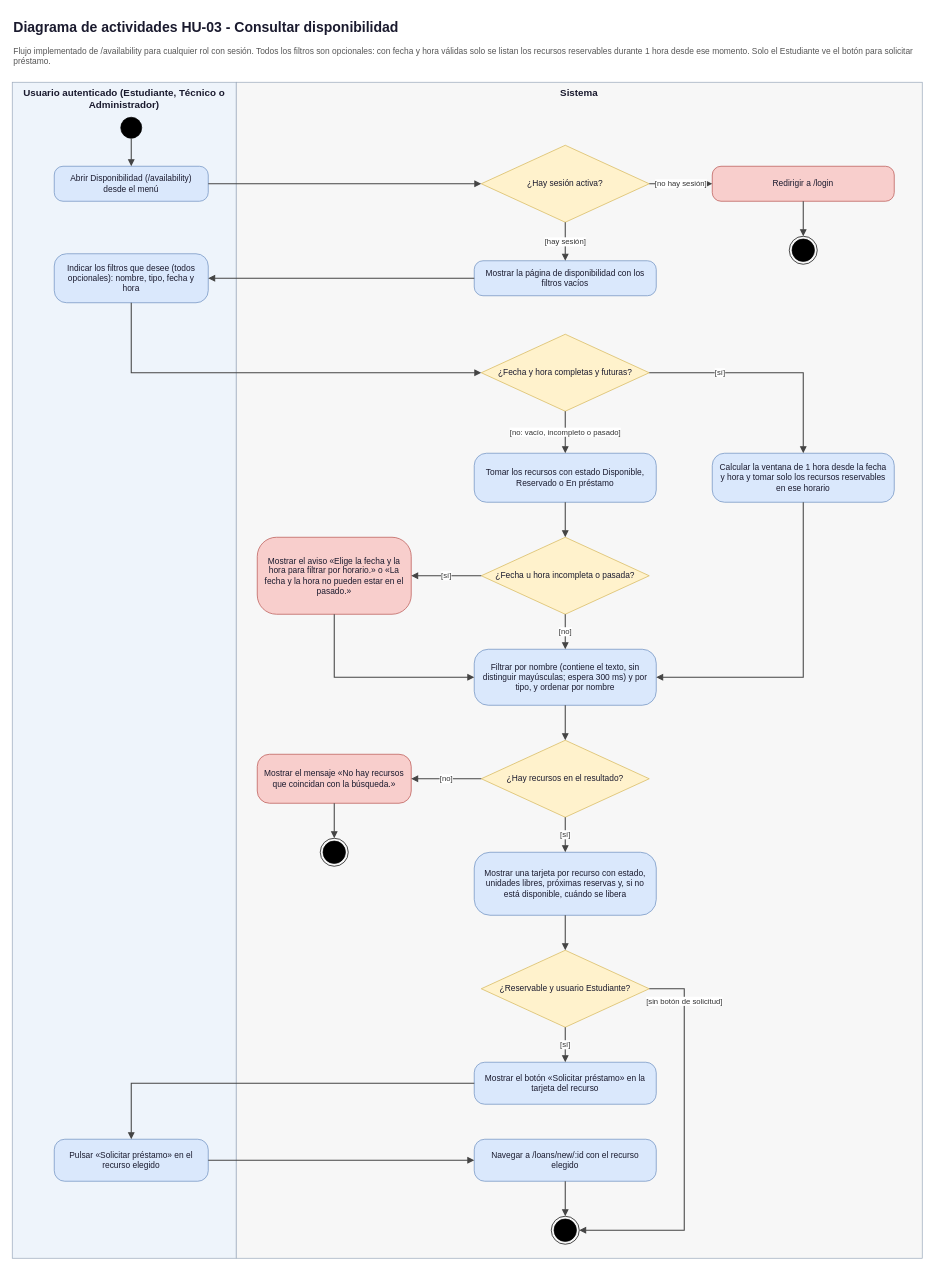
Above: docs/diagramas/actividad-hu-03-consultar-disponibilidad.drawio in aleospiria/Dise-o-de-sistemas-de-informacion-2026-02 (draw.io), before the change. Source tidied: cells renumbered, new cells numbered last; positions are measured from the earlier drawing's top-left corner, leaving out a move shared by most shapes. Both pictures are drawn from the tidied source at 70%, with x=0, y=0 at pixel (12, 12).
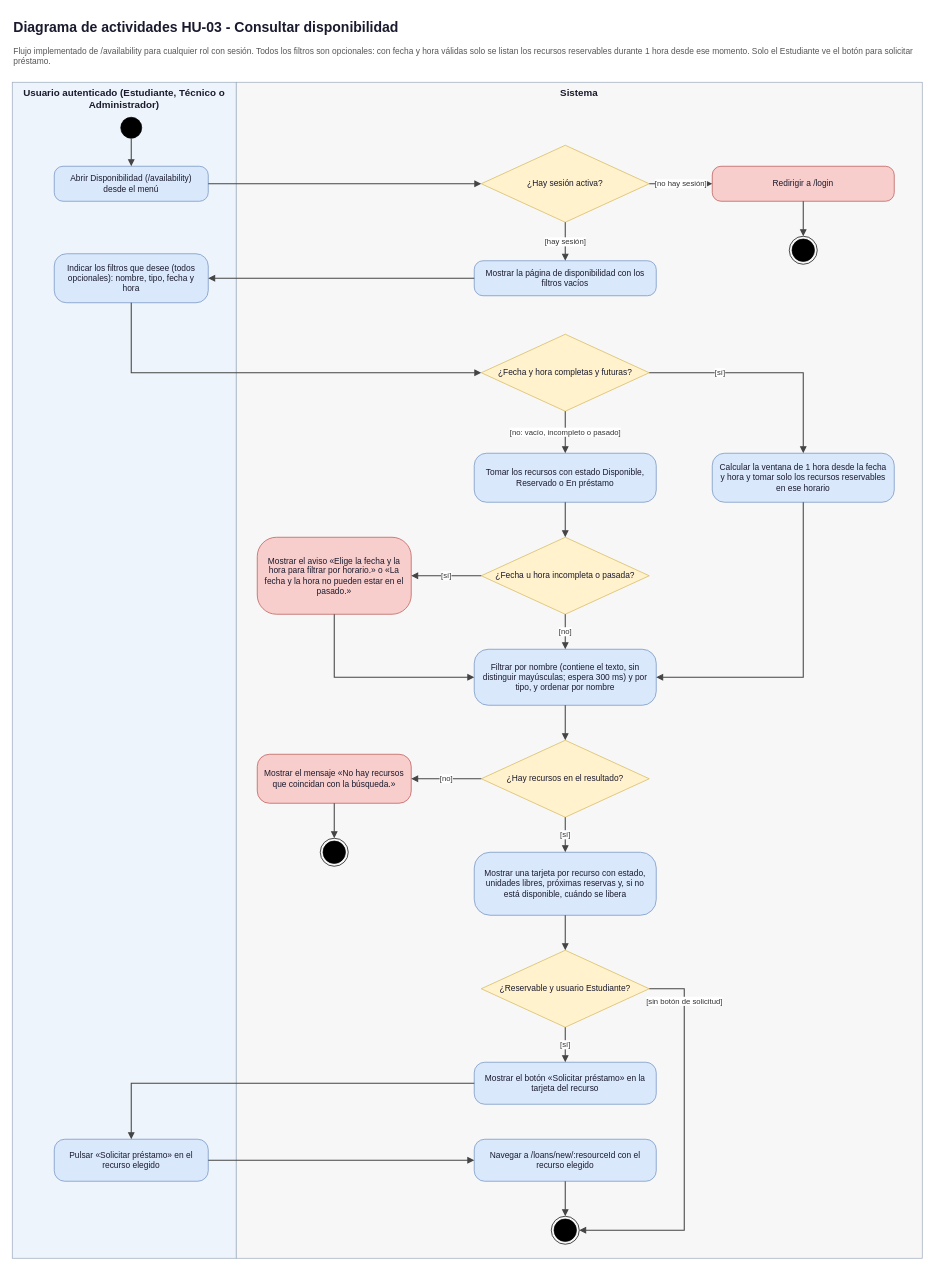
Above is the later version.

What changed in the source:
```diff
@@
-    <mxCell id="26" value="Navegar a /loans/new/:id con el recurso elegido" style="rounded=1;arcSize=25;whiteSpace=wrap;html=1;spacingLeft=6;spacingRight=6;fontSize=12;fillColor=#dae8fc;strokeColor=#6c8ebf;fontColor=#1a1a2e;" parent="1" vertex="1">
+    <mxCell id="26" value="Navegar a /loans/new/:resourceId con el recurso elegido" style="rounded=1;arcSize=25;whiteSpace=wrap;html=1;spacingLeft=6;spacingRight=6;fontSize=12;fillColor=#dae8fc;strokeColor=#6c8ebf;fontColor=#1a1a2e;" parent="1" vertex="1">
       <mxGeometry x="660" y="1610" width="260" height="60" as="geometry" />
     </mxCell>
```
